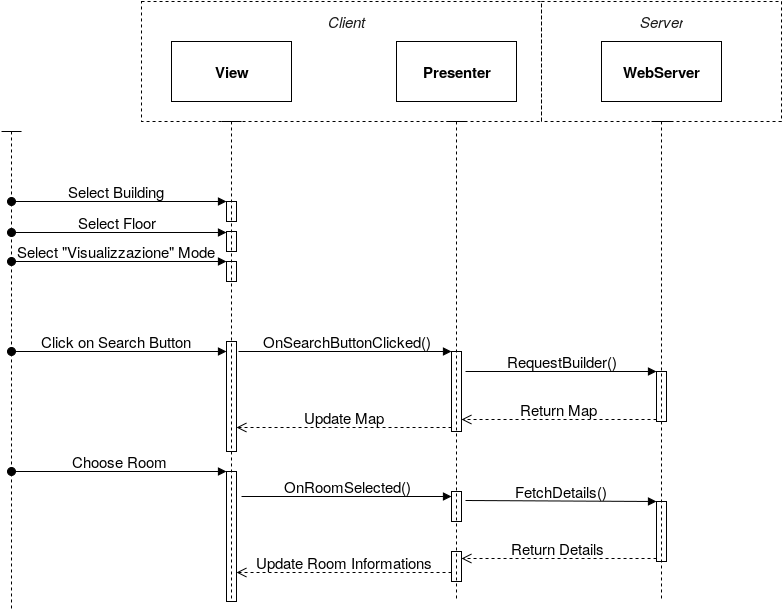
Above: images/ActivityDiagShowRoom.png in nikko31/Bachelor-Thesis (draw.io), before the change. Source tidied: cells renumbered, new cells last; positions are measured from the earlier drawing's top-left corner, leaving out a move shared by most shapes. Its diagram source:
```xml
<mxGraphModel background="#ffffff">
  <root>
    <mxCell id="0" />
    <mxCell id="1" parent="0" />
    <mxCell id="2" value="View&lt;br&gt;" style="whiteSpace=wrap;html=1;fillColor=none;gradientColor=none;fontSize=15;fontStyle=1;" parent="1" vertex="1">
      <mxGeometry x="170" y="40" width="120" height="60" as="geometry" />
    </mxCell>
    <mxCell id="3" value="Presenter" style="whiteSpace=wrap;html=1;fillColor=none;gradientColor=none;fontSize=15;fontStyle=1;" parent="1" vertex="1">
      <mxGeometry x="395" y="40" width="120" height="60" as="geometry" />
    </mxCell>
    <mxCell id="4" value="WebServer" style="whiteSpace=wrap;html=1;fillColor=none;gradientColor=none;fontSize=15;fontStyle=1;" parent="1" vertex="1">
      <mxGeometry x="600" y="40" width="120" height="60" as="geometry" />
    </mxCell>
    <mxCell id="5" style="whiteSpace=wrap;html=1;dashed=1;fillColor=none;gradientColor=none;fontSize=15;" parent="1" vertex="1">
      <mxGeometry x="140" width="400" height="120" as="geometry" />
    </mxCell>
    <mxCell id="6" value="Client" style="text;html=1;strokeColor=none;fillColor=none;align=center;verticalAlign=middle;whiteSpace=wrap;overflow=hidden;dashed=1;dashPattern=1 1;fontSize=15;fontColor=#1A1A1A;fontStyle=2;" parent="1" vertex="1">
      <mxGeometry x="320" y="10" width="50" height="20" as="geometry" />
    </mxCell>
    <mxCell id="7" style="whiteSpace=wrap;html=1;dashed=1;fillColor=none;gradientColor=none;fontSize=15;" parent="1" vertex="1">
      <mxGeometry x="540" width="240" height="120" as="geometry" />
    </mxCell>
    <mxCell id="8" value="Server" style="text;html=1;strokeColor=none;fillColor=none;align=center;verticalAlign=middle;whiteSpace=wrap;overflow=hidden;dashed=1;dashPattern=1 1;fontSize=15;fontStyle=2;fontColor=#1A1A1A;" parent="1" vertex="1">
      <mxGeometry x="630" y="10" width="60" height="20" as="geometry" />
    </mxCell>
    <mxCell id="9" style="html=1;points=[];perimeter=orthogonalPerimeter;fillColor=none;gradientColor=none;fontSize=15;" parent="1" vertex="1">
      <mxGeometry x="450" y="350" width="10" height="80" as="geometry" />
    </mxCell>
    <mxCell id="10" value="OnSearchButtonClicked()" style="html=1;verticalAlign=bottom;endArrow=block;entryX=0;entryY=0;fontSize=15;" parent="1" edge="1" target="9">
      <mxGeometry relative="1" as="geometry">
        <mxPoint x="237" y="350" as="sourcePoint" />
      </mxGeometry>
    </mxCell>
    <mxCell id="11" value="Update Map&lt;br&gt;" style="html=1;verticalAlign=bottom;endArrow=open;dashed=1;endSize=8;exitX=0;exitY=0.95;fontSize=15;" parent="1" edge="1" source="9" target="18">
      <mxGeometry relative="1" as="geometry" />
    </mxCell>
    <mxCell id="12" style="html=1;points=[];perimeter=orthogonalPerimeter;fillColor=none;gradientColor=none;fontSize=15;" parent="1" vertex="1">
      <mxGeometry x="655" y="370" width="10" height="50" as="geometry" />
    </mxCell>
    <mxCell id="13" value="RequestBuilder()" style="html=1;verticalAlign=bottom;endArrow=block;entryX=0;entryY=0;fontSize=15;" parent="1" edge="1" target="12">
      <mxGeometry relative="1" as="geometry">
        <mxPoint x="464" y="370" as="sourcePoint" />
      </mxGeometry>
    </mxCell>
    <mxCell id="14" value="Return Map&lt;br&gt;" style="html=1;verticalAlign=bottom;endArrow=open;dashed=1;endSize=8;exitX=0;exitY=0.95;fontSize=15;" parent="1" edge="1" source="12" target="9">
      <mxGeometry relative="1" as="geometry" />
    </mxCell>
    <mxCell id="15" style="html=1;perimeter=orthogonalPerimeter;fillColor=none;gradientColor=none;fontSize=15;" parent="1" vertex="1">
      <mxGeometry x="225" y="200" width="10" height="20" as="geometry" />
    </mxCell>
    <mxCell id="16" style="html=1;points=[];perimeter=orthogonalPerimeter;fillColor=none;gradientColor=none;fontSize=15;" parent="1" vertex="1">
      <mxGeometry x="225" y="230" width="10" height="20" as="geometry" />
    </mxCell>
    <mxCell id="17" style="html=1;perimeter=orthogonalPerimeter;fillColor=none;gradientColor=none;fontSize=15;" parent="1" vertex="1">
      <mxGeometry x="225" y="260" width="10" height="20" as="geometry" />
    </mxCell>
    <mxCell id="18" style="html=1;points=[];perimeter=orthogonalPerimeter;fillColor=none;gradientColor=none;fontSize=15;" parent="1" vertex="1">
      <mxGeometry x="225" y="340" width="10" height="110" as="geometry" />
    </mxCell>
    <mxCell id="19" style="html=1;points=[];perimeter=orthogonalPerimeter;fillColor=none;gradientColor=none;fontSize=15;" parent="1" vertex="1">
      <mxGeometry x="225" y="470" width="10" height="130" as="geometry" />
    </mxCell>
    <mxCell id="20" value="Choose Room&lt;br&gt;" style="html=1;verticalAlign=bottom;startArrow=oval;endArrow=block;startSize=8;fontSize=15;" parent="1" edge="1" target="19">
      <mxGeometry relative="1" as="geometry">
        <mxPoint x="10" y="470" as="sourcePoint" />
      </mxGeometry>
    </mxCell>
    <mxCell id="21" value="OnRoomSelected()" style="html=1;verticalAlign=bottom;endArrow=block;entryX=0;entryY=0;fontSize=15;exitX=1.5;exitY=0.192;exitPerimeter=0;" parent="1" edge="1" source="19">
      <mxGeometry relative="1" as="geometry">
        <mxPoint x="450" y="495" as="targetPoint" />
      </mxGeometry>
    </mxCell>
    <mxCell id="22" value="Update Room Informations&lt;br&gt;" style="html=1;verticalAlign=bottom;endArrow=open;dashed=1;endSize=8;exitX=0;exitY=0.95;fontSize=15;" parent="1" edge="1" target="19">
      <mxGeometry relative="1" as="geometry">
        <mxPoint x="450" y="571" as="sourcePoint" />
      </mxGeometry>
    </mxCell>
    <mxCell id="23" style="html=1;points=[];perimeter=orthogonalPerimeter;fillColor=none;gradientColor=none;fontSize=15;" parent="1" vertex="1">
      <mxGeometry x="655" y="500" width="10" height="60" as="geometry" />
    </mxCell>
    <mxCell id="24" value="FetchDetails()" style="html=1;verticalAlign=bottom;endArrow=block;entryX=0;entryY=0;fontSize=15;exitX=1.4;exitY=0.05;exitPerimeter=0;" parent="1" edge="1" target="23">
      <mxGeometry relative="1" as="geometry">
        <mxPoint x="464" y="499" as="sourcePoint" />
      </mxGeometry>
    </mxCell>
    <mxCell id="25" value="Return Details&lt;br&gt;" style="html=1;verticalAlign=bottom;endArrow=open;dashed=1;endSize=8;exitX=0;exitY=0.95;fontSize=15;" parent="1" edge="1" source="23">
      <mxGeometry relative="1" as="geometry">
        <mxPoint x="460" y="557" as="targetPoint" />
      </mxGeometry>
    </mxCell>
    <mxCell id="26" style="html=1;perimeter=orthogonalPerimeter;fillColor=none;gradientColor=none;fontSize=15;" parent="1" vertex="1">
      <mxGeometry x="450" y="490" width="10" height="30" as="geometry" />
    </mxCell>
    <mxCell id="27" style="html=1;perimeter=orthogonalPerimeter;fillColor=none;gradientColor=none;fontSize=15;" parent="1" vertex="1">
      <mxGeometry x="450" y="550" width="10" height="30" as="geometry" />
    </mxCell>
    <mxCell id="28" value="Click on Search Button&lt;br&gt;" style="html=1;verticalAlign=bottom;startArrow=oval;endArrow=block;startSize=8;fontSize=15;" parent="1" edge="1">
      <mxGeometry y="-20" as="geometry">
        <mxPoint x="10" y="350" as="sourcePoint" />
        <mxPoint x="225" y="350" as="targetPoint" />
        <mxPoint x="-2" as="offset" />
      </mxGeometry>
    </mxCell>
    <mxCell id="29" value="Select Building&lt;br&gt;" style="html=1;verticalAlign=bottom;startArrow=oval;endArrow=block;startSize=8;fontSize=15;" parent="1" edge="1">
      <mxGeometry as="geometry">
        <mxPoint x="10" y="200" as="sourcePoint" />
        <mxPoint x="225" y="200" as="targetPoint" />
        <mxPoint x="-2" as="offset" />
      </mxGeometry>
    </mxCell>
    <mxCell id="30" value="Select Floor" style="html=1;verticalAlign=bottom;startArrow=oval;endArrow=block;startSize=8;fontSize=15;entryX=0;entryY=0.05;entryPerimeter=0;" parent="1" edge="1" target="16">
      <mxGeometry x="-2" y="30" as="geometry">
        <mxPoint x="10" y="231" as="sourcePoint" />
        <mxPoint x="-2" as="offset" />
      </mxGeometry>
    </mxCell>
    <mxCell id="31" value="Select &quot;Visualizzazione&quot; Mode&lt;br&gt;" style="html=1;verticalAlign=bottom;startArrow=oval;endArrow=block;startSize=8;fontSize=15;" parent="1" edge="1">
      <mxGeometry as="geometry">
        <mxPoint x="10" y="260" as="sourcePoint" />
        <mxPoint x="225" y="260" as="targetPoint" />
        <mxPoint x="-2" as="offset" />
      </mxGeometry>
    </mxCell>
    <mxCell id="32" style="shape=umlLifeline;participant=umlActor;perimeter=lifelinePerimeter;whiteSpace=wrap;html=1;verticalAlign=top;spacingTop=36;labelBackgroundColor=#ffffff;fillColor=none;gradientColor=none;fontSize=15;fontColor=#1A1A1A;size=0;" parent="1" vertex="1">
      <mxGeometry y="130" width="20" height="480" as="geometry" />
    </mxCell>
    <mxCell id="33" style="shape=umlLifeline;participant=umlActor;perimeter=lifelinePerimeter;whiteSpace=wrap;html=1;verticalAlign=top;spacingTop=36;labelBackgroundColor=#ffffff;fillColor=none;gradientColor=none;fontSize=15;fontColor=#1A1A1A;size=0;" parent="1" vertex="1">
      <mxGeometry x="220" y="120" width="20" height="480" as="geometry" />
    </mxCell>
    <mxCell id="34" style="shape=umlLifeline;participant=umlActor;perimeter=lifelinePerimeter;whiteSpace=wrap;html=1;verticalAlign=top;spacingTop=36;labelBackgroundColor=#ffffff;fillColor=none;gradientColor=none;fontSize=15;fontColor=#1A1A1A;size=0;" parent="1" vertex="1">
      <mxGeometry x="445" y="120" width="20" height="480" as="geometry" />
    </mxCell>
    <mxCell id="35" style="shape=umlLifeline;participant=umlActor;perimeter=lifelinePerimeter;whiteSpace=wrap;html=1;verticalAlign=top;spacingTop=36;labelBackgroundColor=#ffffff;fillColor=none;gradientColor=none;fontSize=15;fontColor=#1A1A1A;size=0;" parent="1" vertex="1">
      <mxGeometry x="650" y="120" width="20" height="480" as="geometry" />
    </mxCell>
  </root>
</mxGraphModel>
```
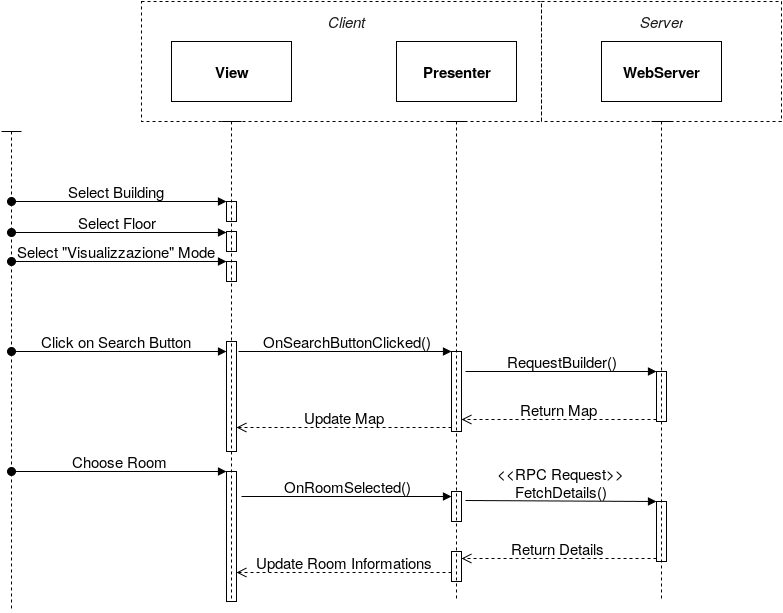
After the commit.

The edit, as a diff of the source:
```diff
@@ -78,7 +78,7 @@
     <mxCell id="23" style="html=1;points=[];perimeter=orthogonalPerimeter;fillColor=none;gradientColor=none;fontSize=15;" parent="1" vertex="1">
       <mxGeometry x="655" y="500" width="10" height="60" as="geometry" />
     </mxCell>
-    <mxCell id="24" value="FetchDetails()" style="html=1;verticalAlign=bottom;endArrow=block;entryX=0;entryY=0;fontSize=15;exitX=1.4;exitY=0.05;exitPerimeter=0;" parent="1" edge="1" target="23">
+    <mxCell id="24" value="&amp;lt;&amp;lt;RPC Request&amp;gt;&amp;gt;&lt;br&gt;FetchDetails()" style="html=1;verticalAlign=bottom;endArrow=block;entryX=0;entryY=0;fontSize=15;exitX=1.4;exitY=0.05;exitPerimeter=0;" parent="1" edge="1" target="23">
       <mxGeometry relative="1" as="geometry">
         <mxPoint x="464" y="499" as="sourcePoint" />
       </mxGeometry>
```
